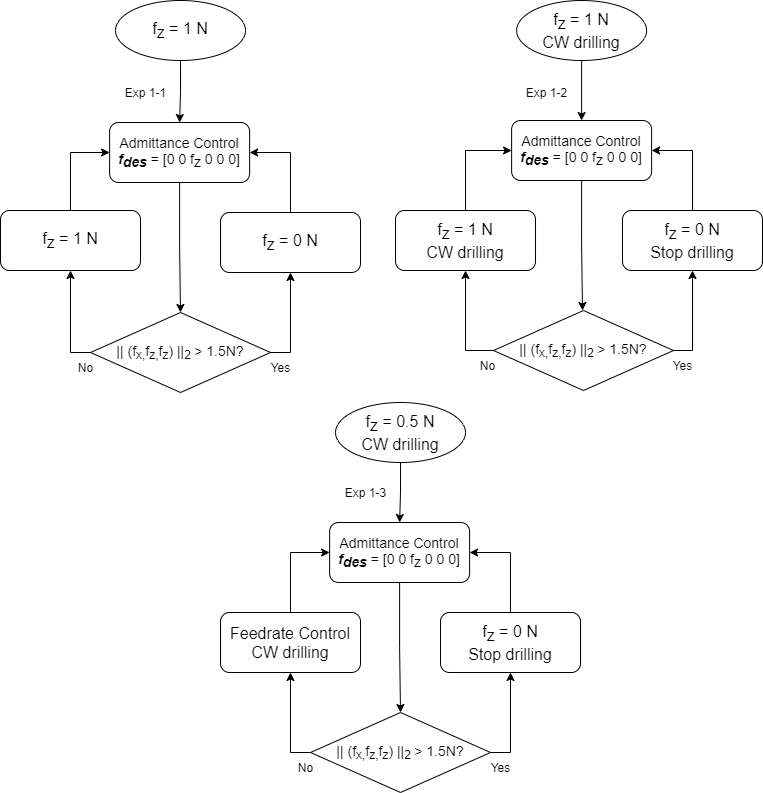
Above: 009YiChan/Chan's thesis/Images/Exp1_motion planning.png in yichan0428/MS_thesis (draw.io), before the change. Source tidied: cells renumbered, new cells last; positions are measured from the earlier drawing's top-left corner, leaving out a move shared by most shapes.
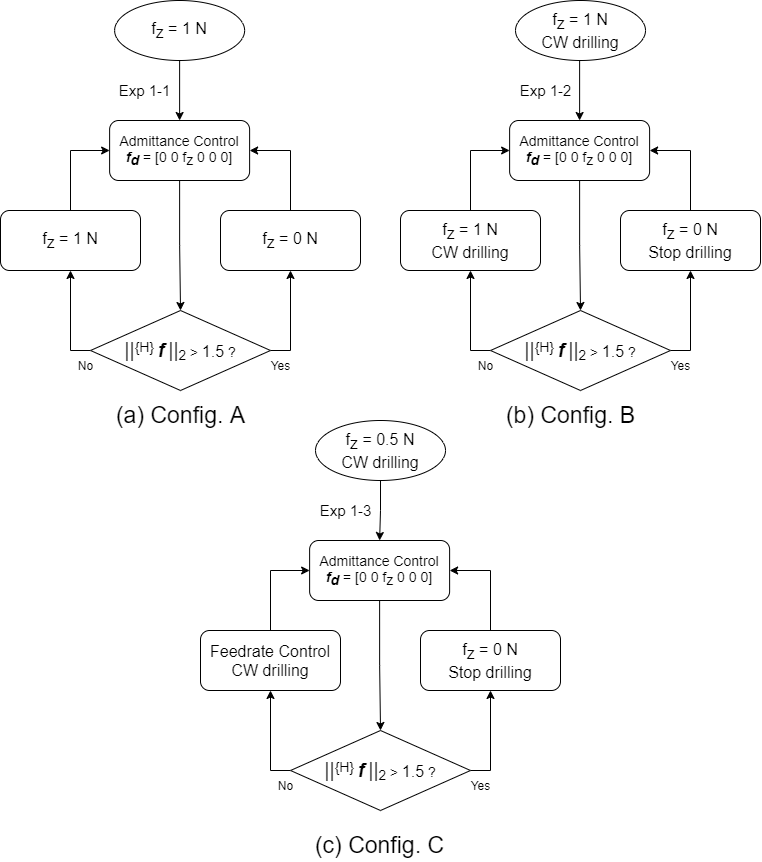
After the commit.

What changed in the source:
```diff
@@ -6,3 +6,3 @@
       <mxGeometry relative="1" as="geometry">
-        <mxPoint x="400" y="462" as="sourcePoint" />
+        <mxPoint x="380" y="482" as="sourcePoint" />
       </mxGeometry>
@@ -12,4 +12,4 @@
     </mxCell>
-    <mxCell id="4" value="Admittance Control&lt;br style=&quot;font-size: 14px;&quot;&gt;&lt;i style=&quot;font-size: 14px;&quot;&gt;&lt;b style=&quot;font-size: 14px;&quot;&gt;f&lt;sub style=&quot;font-size: 14px;&quot;&gt;des&lt;/sub&gt;&lt;/b&gt;&lt;/i&gt;&amp;nbsp;= [0 0 f&lt;sub style=&quot;font-size: 14px;&quot;&gt;z&lt;/sub&gt;&lt;span style=&quot;font-size: 14px;&quot;&gt;&amp;nbsp;0 0 0&lt;/span&gt;&lt;span style=&quot;font-size: 14px;&quot;&gt;]&lt;/span&gt;" style="rounded=1;whiteSpace=wrap;html=1;fontSize=14;" parent="1" vertex="1">
-      <mxGeometry x="329.1" y="522" width="140" height="60" as="geometry" />
+    <mxCell id="4" value="Admittance Control&lt;br style=&quot;font-size: 14px&quot;&gt;&lt;i style=&quot;font-size: 14px&quot;&gt;&lt;b style=&quot;font-size: 14px&quot;&gt;f&lt;sub style=&quot;font-size: 14px&quot;&gt;d&lt;/sub&gt;&lt;/b&gt;&lt;/i&gt;&amp;nbsp;= [0 0 f&lt;sub style=&quot;font-size: 14px&quot;&gt;z&lt;/sub&gt;&lt;span style=&quot;font-size: 14px&quot;&gt;&amp;nbsp;0 0 0&lt;/span&gt;&lt;span style=&quot;font-size: 14px&quot;&gt;]&lt;/span&gt;" style="rounded=1;whiteSpace=wrap;html=1;fontSize=14;" parent="1" vertex="1">
+      <mxGeometry x="309.1" y="542" width="140" height="60" as="geometry" />
     </mxCell>
@@ -19,3 +19,3 @@
     <mxCell id="6" value="Feedrate Control&lt;br&gt;CW drilling" style="rounded=1;whiteSpace=wrap;html=1;fontSize=16;" parent="1" vertex="1">
-      <mxGeometry x="220" y="612" width="140" height="60" as="geometry" />
+      <mxGeometry x="200" y="632" width="140" height="60" as="geometry" />
     </mxCell>
@@ -24,3 +24,3 @@
         <Array as="points">
-          <mxPoint x="510" y="752" />
+          <mxPoint x="490" y="772" />
         </Array>
@@ -30,5 +30,5 @@
       <mxGeometry relative="1" as="geometry">
-        <mxPoint x="310" y="752" as="sourcePoint" />
+        <mxPoint x="290" y="772" as="sourcePoint" />
         <Array as="points">
-          <mxPoint x="290" y="752" />
+          <mxPoint x="270" y="772" />
         </Array>
@@ -36,10 +36,10 @@
     </mxCell>
-    <mxCell id="9" value="&lt;font style=&quot;font-size: 14px&quot;&gt;|| (f&lt;sub&gt;x,&lt;/sub&gt;f&lt;sub&gt;z,&lt;/sub&gt;f&lt;/font&gt;&lt;font&gt;&lt;span style=&quot;font-size: 11.6667px&quot;&gt;&lt;sub&gt;z&lt;/sub&gt;&lt;/span&gt;&lt;span style=&quot;font-size: 14px&quot;&gt;)&lt;/span&gt;&lt;b style=&quot;font-size: 14px&quot;&gt;&amp;nbsp;&lt;/b&gt;&lt;span style=&quot;font-size: 14px&quot;&gt;||&lt;/span&gt;&lt;span style=&quot;font-size: 11.6667px&quot;&gt;&lt;sub&gt;2&amp;nbsp;&lt;/sub&gt;&lt;/span&gt;&lt;span style=&quot;font-size: 14px&quot;&gt;&amp;gt; 1.5N?&lt;/span&gt;&lt;/font&gt;" style="rhombus;whiteSpace=wrap;html=1;" parent="1" vertex="1">
-      <mxGeometry x="310" y="712" width="180" height="80" as="geometry" />
+    <mxCell id="9" value="&lt;font style=&quot;font-size: 20px&quot;&gt;||&lt;/font&gt;&lt;sup style=&quot;font-size: 14px&quot;&gt;{H}&amp;nbsp;&lt;/sup&gt;&lt;b&gt;&lt;i&gt;&lt;font style=&quot;font-size: 19px&quot;&gt;f&lt;/font&gt;&lt;/i&gt;&lt;/b&gt;&lt;b style=&quot;font-size: 14px&quot;&gt;&amp;nbsp;&lt;/b&gt;&lt;span style=&quot;font-size: 20px&quot;&gt;||&lt;/span&gt;&lt;sub style=&quot;font-size: 14px&quot;&gt;2&lt;/sub&gt;&lt;span style=&quot;font-size: 11.6667px&quot;&gt;&lt;sub&gt;&amp;nbsp;&lt;/sub&gt;&lt;/span&gt;&lt;span style=&quot;font-size: 14px&quot;&gt;&amp;gt;&amp;nbsp;&lt;/span&gt;&lt;font style=&quot;font-size: 16px&quot;&gt;1.5&lt;/font&gt;&lt;span style=&quot;font-size: 14px&quot;&gt;&amp;nbsp;?&lt;/span&gt;" style="rhombus;whiteSpace=wrap;html=1;" parent="1" vertex="1">
+      <mxGeometry x="290" y="732" width="180" height="80" as="geometry" />
     </mxCell>
     <mxCell id="10" value="Yes" style="text;html=1;align=center;verticalAlign=middle;strokeColor=none;fontSize=5;" parent="1" vertex="1">
-      <mxGeometry x="480" y="762" width="40" height="10" as="geometry" />
+      <mxGeometry x="460" y="782" width="40" height="10" as="geometry" />
     </mxCell>
     <mxCell id="11" value="No" style="text;html=1;align=center;verticalAlign=middle;strokeColor=none;fontSize=5;" parent="1" vertex="1">
-      <mxGeometry x="290" y="762" width="30" height="10" as="geometry" />
+      <mxGeometry x="270" y="782" width="30" height="10" as="geometry" />
     </mxCell>
@@ -49,6 +49,6 @@
     <mxCell id="13" value="&lt;span style=&quot;font-size: 16px;&quot;&gt;f&lt;sub style=&quot;font-size: 16px;&quot;&gt;z&lt;/sub&gt;&lt;/span&gt;&lt;span style=&quot;font-size: 16px;&quot;&gt;&amp;nbsp;= 0 N&lt;br style=&quot;font-size: 16px;&quot;&gt;Stop drilling&lt;br style=&quot;font-size: 16px;&quot;&gt;&lt;/span&gt;" style="rounded=1;whiteSpace=wrap;html=1;fontSize=16;" parent="1" vertex="1">
-      <mxGeometry x="440" y="612" width="140" height="60" as="geometry" />
+      <mxGeometry x="420" y="632" width="140" height="60" as="geometry" />
     </mxCell>
     <mxCell id="14" value="&lt;span style=&quot;font-size: 16px;&quot;&gt;f&lt;sub style=&quot;font-size: 16px;&quot;&gt;z&lt;/sub&gt;&lt;/span&gt;&lt;span style=&quot;font-size: 16px;&quot;&gt;&amp;nbsp;= 0.5 N&lt;br style=&quot;font-size: 16px;&quot;&gt;CW drilling&lt;br style=&quot;font-size: 16px;&quot;&gt;&lt;/span&gt;" style="ellipse;whiteSpace=wrap;html=1;fontSize=16;" parent="1" vertex="1">
-      <mxGeometry x="335" y="402" width="130" height="60" as="geometry" />
+      <mxGeometry x="315" y="422" width="130" height="60" as="geometry" />
     </mxCell>
@@ -58,3 +58,3 @@
     <mxCell id="16" value="&lt;span style=&quot;font-size: 16px&quot;&gt;f&lt;sub style=&quot;font-size: 16px&quot;&gt;z&lt;/sub&gt;&lt;/span&gt;&lt;span style=&quot;font-size: 16px&quot;&gt;&amp;nbsp;= 1 N&lt;br style=&quot;font-size: 16px&quot;&gt;&lt;/span&gt;" style="ellipse;whiteSpace=wrap;html=1;fontSize=16;" parent="1" vertex="1">
-      <mxGeometry x="115" width="130" height="60" as="geometry" />
+      <mxGeometry x="114.1" y="2" width="130" height="60" as="geometry" />
     </mxCell>
@@ -63,3 +63,3 @@
     </mxCell>
-    <mxCell id="18" value="Admittance Control&lt;br style=&quot;font-size: 14px;&quot;&gt;&lt;i style=&quot;font-size: 14px;&quot;&gt;&lt;b style=&quot;font-size: 14px;&quot;&gt;f&lt;sub style=&quot;font-size: 14px;&quot;&gt;des&lt;/sub&gt;&lt;/b&gt;&lt;/i&gt;&amp;nbsp;= [0 0 f&lt;sub style=&quot;font-size: 14px;&quot;&gt;z&lt;/sub&gt;&lt;span style=&quot;font-size: 14px;&quot;&gt;&amp;nbsp;0 0 0&lt;/span&gt;&lt;span style=&quot;font-size: 14px;&quot;&gt;]&lt;/span&gt;" style="rounded=1;whiteSpace=wrap;html=1;fontSize=14;" parent="1" vertex="1">
+    <mxCell id="18" value="Admittance Control&lt;br style=&quot;font-size: 14px&quot;&gt;&lt;i style=&quot;font-size: 14px&quot;&gt;&lt;b style=&quot;font-size: 14px&quot;&gt;f&lt;sub style=&quot;font-size: 14px&quot;&gt;d&lt;/sub&gt;&lt;/b&gt;&lt;/i&gt;&amp;nbsp;= [0 0 f&lt;sub style=&quot;font-size: 14px&quot;&gt;z&lt;/sub&gt;&lt;span style=&quot;font-size: 14px&quot;&gt;&amp;nbsp;0 0 0&lt;/span&gt;&lt;span style=&quot;font-size: 14px&quot;&gt;]&lt;/span&gt;" style="rounded=1;whiteSpace=wrap;html=1;fontSize=14;" parent="1" vertex="1">
       <mxGeometry x="109.1" y="122" width="140" height="60" as="geometry" />
@@ -76,3 +76,3 @@
     </mxCell>
-    <mxCell id="21" value="&lt;font style=&quot;font-size: 14px&quot;&gt;|| (f&lt;sub&gt;x,&lt;/sub&gt;f&lt;sub&gt;z,&lt;/sub&gt;f&lt;/font&gt;&lt;font&gt;&lt;span style=&quot;font-size: 11.6667px&quot;&gt;&lt;sub&gt;z&lt;/sub&gt;&lt;/span&gt;&lt;span style=&quot;font-size: 14px&quot;&gt;)&lt;/span&gt;&lt;b style=&quot;font-size: 14px&quot;&gt;&amp;nbsp;&lt;/b&gt;&lt;span style=&quot;font-size: 14px&quot;&gt;||&lt;/span&gt;&lt;span style=&quot;font-size: 11.6667px&quot;&gt;&lt;sub&gt;2&amp;nbsp;&lt;/sub&gt;&lt;/span&gt;&lt;span style=&quot;font-size: 14px&quot;&gt;&amp;gt; 1.5N?&lt;/span&gt;&lt;/font&gt;" style="rhombus;whiteSpace=wrap;html=1;" parent="1" vertex="1">
+    <mxCell id="21" value="&lt;font style=&quot;font-size: 20px&quot;&gt;||&lt;/font&gt;&lt;sup style=&quot;font-size: 14px&quot;&gt;{H}&amp;nbsp;&lt;/sup&gt;&lt;b&gt;&lt;i&gt;&lt;font style=&quot;font-size: 19px&quot;&gt;f&lt;/font&gt;&lt;/i&gt;&lt;/b&gt;&lt;b style=&quot;font-size: 14px&quot;&gt;&amp;nbsp;&lt;/b&gt;&lt;span style=&quot;font-size: 20px&quot;&gt;||&lt;/span&gt;&lt;sub style=&quot;font-size: 14px&quot;&gt;2&lt;/sub&gt;&lt;span style=&quot;font-size: 11.6667px&quot;&gt;&lt;sub&gt;&amp;nbsp;&lt;/sub&gt;&lt;/span&gt;&lt;span style=&quot;font-size: 14px&quot;&gt;&amp;gt;&amp;nbsp;&lt;/span&gt;&lt;font style=&quot;font-size: 16px&quot;&gt;1.5&lt;/font&gt;&lt;span style=&quot;font-size: 14px&quot;&gt;&amp;nbsp;?&lt;/span&gt;" style="rhombus;whiteSpace=wrap;html=1;" parent="1" vertex="1">
       <mxGeometry x="90" y="312" width="180" height="80" as="geometry" />
@@ -91,63 +91,71 @@
     </mxCell>
-    <mxCell id="26" value="Exp 1-1" style="text;html=1;align=center;verticalAlign=middle;strokeColor=none;" parent="1" vertex="1">
-      <mxGeometry x="115" y="82" width="60" height="20" as="geometry" />
+    <mxCell id="26" value="Exp 1-1" style="text;html=1;align=center;verticalAlign=middle;strokeColor=none;fontSize=15;" parent="1" vertex="1">
+      <mxGeometry x="109.1" y="82" width="70" height="20" as="geometry" />
     </mxCell>
-    <mxCell id="27" value="Exp 1-3" style="text;html=1;align=center;verticalAlign=middle;strokeColor=none;" parent="1" vertex="1">
-      <mxGeometry x="335" y="482" width="60" height="20" as="geometry" />
+    <mxCell id="27" value="Exp 1-3" style="text;html=1;align=center;verticalAlign=middle;strokeColor=none;fontSize=15;" parent="1" vertex="1">
+      <mxGeometry x="310" y="502" width="70" height="20" as="geometry" />
     </mxCell>
-    <mxCell id="28" style="edgeStyle=orthogonalEdgeStyle;rounded=0;jettySize=auto;html=1;exitX=0.5;exitY=1;exitDx=0;exitDy=0;entryX=0.5;entryY=0;entryDx=0;entryDy=0;" parent="1" edge="1" source="29" target="31">
-      <mxGeometry relative="1" as="geometry" />
-    </mxCell>
+    <mxCell id="42" style="edgeStyle=orthogonalEdgeStyle;rounded=0;jettySize=auto;html=1;exitX=0.5;exitY=0;exitDx=0;exitDy=0;entryX=0;entryY=0.5;entryDx=0;entryDy=0;" parent="1" edge="1" source="43" target="18">
+      <mxGeometry relative="1" as="geometry" />
+    </mxCell>
+    <mxCell id="43" value="&lt;span style=&quot;font-size: 16px&quot;&gt;f&lt;sub style=&quot;font-size: 16px&quot;&gt;z&lt;/sub&gt;&lt;/span&gt;&lt;span style=&quot;font-size: 16px&quot;&gt;&amp;nbsp;= 1 N&lt;br style=&quot;font-size: 16px&quot;&gt;&lt;/span&gt;" style="rounded=1;whiteSpace=wrap;html=1;fontSize=16;" parent="1" vertex="1">
+      <mxGeometry y="212" width="140" height="60" as="geometry" />
+    </mxCell>
     <mxCell id="29" value="&lt;span style=&quot;font-size: 16px&quot;&gt;f&lt;sub style=&quot;font-size: 16px&quot;&gt;z&lt;/sub&gt;&lt;/span&gt;&lt;span style=&quot;font-size: 16px&quot;&gt;&amp;nbsp;= 1 N&lt;br style=&quot;font-size: 16px&quot;&gt;CW drilling&lt;br style=&quot;font-size: 16px&quot;&gt;&lt;/span&gt;" style="ellipse;whiteSpace=wrap;html=1;fontSize=16;" parent="1" vertex="1">
-      <mxGeometry x="516.1" width="130" height="60" as="geometry" />
+      <mxGeometry x="515" y="2" width="130" height="60" as="geometry" />
     </mxCell>
-    <mxCell id="30" style="edgeStyle=orthogonalEdgeStyle;rounded=0;jettySize=auto;html=1;exitX=0.5;exitY=1;exitDx=0;exitDy=0;entryX=0.5;entryY=0;entryDx=0;entryDy=0;" parent="1" edge="1" source="31">
-      <mxGeometry relative="1" as="geometry">
-        <mxPoint x="582" y="310" as="targetPoint" />
-      </mxGeometry>
-    </mxCell>
-    <mxCell id="31" value="Admittance Control&lt;br style=&quot;font-size: 14px;&quot;&gt;&lt;i style=&quot;font-size: 14px;&quot;&gt;&lt;b style=&quot;font-size: 14px;&quot;&gt;f&lt;sub style=&quot;font-size: 14px;&quot;&gt;des&lt;/sub&gt;&lt;/b&gt;&lt;/i&gt;&amp;nbsp;= [0 0 f&lt;sub style=&quot;font-size: 14px;&quot;&gt;z&lt;/sub&gt;&lt;span style=&quot;font-size: 14px;&quot;&gt;&amp;nbsp;0 0 0&lt;/span&gt;&lt;span style=&quot;font-size: 14px;&quot;&gt;]&lt;/span&gt;" style="rounded=1;whiteSpace=wrap;html=1;fontSize=14;" parent="1" vertex="1">
-      <mxGeometry x="511.1" y="120" width="140" height="60" as="geometry" />
-    </mxCell>
-    <mxCell id="32" style="edgeStyle=orthogonalEdgeStyle;rounded=0;jettySize=auto;html=1;exitX=1;exitY=0.5;exitDx=0;exitDy=0;entryX=0.5;entryY=1;entryDx=0;entryDy=0;" parent="1" edge="1" target="38">
-      <mxGeometry relative="1" as="geometry">
-        <mxPoint x="672" y="350" as="sourcePoint" />
-        <Array as="points">
-          <mxPoint x="692" y="350" />
-        </Array>
-      </mxGeometry>
-    </mxCell>
-    <mxCell id="33" style="edgeStyle=orthogonalEdgeStyle;rounded=0;jettySize=auto;html=1;exitX=0;exitY=0.5;exitDx=0;exitDy=0;entryX=0.5;entryY=1;entryDx=0;entryDy=0;" parent="1" edge="1" source="34" target="41">
-      <mxGeometry relative="1" as="geometry" />
-    </mxCell>
-    <mxCell id="34" value="&lt;font style=&quot;font-size: 14px&quot;&gt;|| (f&lt;sub&gt;x,&lt;/sub&gt;f&lt;sub&gt;z,&lt;/sub&gt;f&lt;/font&gt;&lt;font&gt;&lt;span style=&quot;font-size: 11.6667px&quot;&gt;&lt;sub&gt;z&lt;/sub&gt;&lt;/span&gt;&lt;span style=&quot;font-size: 14px&quot;&gt;)&lt;/span&gt;&lt;b style=&quot;font-size: 14px&quot;&gt;&amp;nbsp;&lt;/b&gt;&lt;span style=&quot;font-size: 14px&quot;&gt;||&lt;/span&gt;&lt;span style=&quot;font-size: 11.6667px&quot;&gt;&lt;sub&gt;2&amp;nbsp;&lt;/sub&gt;&lt;/span&gt;&lt;span style=&quot;font-size: 14px&quot;&gt;&amp;gt; 1.5N?&lt;/span&gt;&lt;/font&gt;" style="rhombus;whiteSpace=wrap;html=1;" parent="1" vertex="1">
-      <mxGeometry x="493" y="310" width="180" height="80" as="geometry" />
-    </mxCell>
+    <mxCell id="44" style="edgeStyle=orthogonalEdgeStyle;rounded=0;jettySize=auto;html=1;exitX=0.5;exitY=1;exitDx=0;exitDy=0;entryX=0.5;entryY=0;entryDx=0;entryDy=0;" parent="1" edge="1" target="46">
+      <mxGeometry relative="1" as="geometry">
+        <mxPoint x="579.1" y="62" as="sourcePoint" />
+      </mxGeometry>
+    </mxCell>
+    <mxCell id="45" style="edgeStyle=orthogonalEdgeStyle;rounded=0;jettySize=auto;html=1;exitX=0.5;exitY=1;exitDx=0;exitDy=0;entryX=0.5;entryY=0;entryDx=0;entryDy=0;" parent="1" edge="1" source="46" target="49">
+      <mxGeometry relative="1" as="geometry" />
+    </mxCell>
+    <mxCell id="46" value="Admittance Control&lt;br style=&quot;font-size: 14px&quot;&gt;&lt;i style=&quot;font-size: 14px&quot;&gt;&lt;b style=&quot;font-size: 14px&quot;&gt;f&lt;sub style=&quot;font-size: 14px&quot;&gt;d&lt;/sub&gt;&lt;/b&gt;&lt;/i&gt;&amp;nbsp;= [0 0 f&lt;sub style=&quot;font-size: 14px&quot;&gt;z&lt;/sub&gt;&lt;span style=&quot;font-size: 14px&quot;&gt;&amp;nbsp;0 0 0&lt;/span&gt;&lt;span style=&quot;font-size: 14px&quot;&gt;]&lt;/span&gt;" style="rounded=1;whiteSpace=wrap;html=1;fontSize=14;" parent="1" vertex="1">
+      <mxGeometry x="509.1" y="122" width="140" height="60" as="geometry" />
+    </mxCell>
+    <mxCell id="47" style="edgeStyle=orthogonalEdgeStyle;rounded=0;jettySize=auto;html=1;exitX=1;exitY=0.5;exitDx=0;exitDy=0;entryX=0.5;entryY=1;entryDx=0;entryDy=0;" parent="1" edge="1" source="49" target="38">
+      <mxGeometry relative="1" as="geometry">
+        <Array as="points">
+          <mxPoint x="690" y="352" />
+        </Array>
+      </mxGeometry>
+    </mxCell>
+    <mxCell id="48" style="edgeStyle=orthogonalEdgeStyle;rounded=0;jettySize=auto;html=1;exitX=0;exitY=0.5;exitDx=0;exitDy=0;entryX=0.5;entryY=1;entryDx=0;entryDy=0;" parent="1" edge="1" source="49" target="41">
+      <mxGeometry relative="1" as="geometry" />
+    </mxCell>
+    <mxCell id="49" value="&lt;font style=&quot;font-size: 20px&quot;&gt;||&lt;/font&gt;&lt;sup style=&quot;font-size: 14px&quot;&gt;{H}&amp;nbsp;&lt;/sup&gt;&lt;b&gt;&lt;i&gt;&lt;font style=&quot;font-size: 19px&quot;&gt;f&lt;/font&gt;&lt;/i&gt;&lt;/b&gt;&lt;b style=&quot;font-size: 14px&quot;&gt;&amp;nbsp;&lt;/b&gt;&lt;span style=&quot;font-size: 20px&quot;&gt;||&lt;/span&gt;&lt;sub style=&quot;font-size: 14px&quot;&gt;2&lt;/sub&gt;&lt;span style=&quot;font-size: 11.6667px&quot;&gt;&lt;sub&gt;&amp;nbsp;&lt;/sub&gt;&lt;/span&gt;&lt;span style=&quot;font-size: 14px&quot;&gt;&amp;gt;&amp;nbsp;&lt;/span&gt;&lt;font style=&quot;font-size: 16px&quot;&gt;1.5&lt;/font&gt;&lt;span style=&quot;font-size: 14px&quot;&gt;&amp;nbsp;?&lt;/span&gt;" style="rhombus;whiteSpace=wrap;html=1;" parent="1" vertex="1">
+      <mxGeometry x="490" y="312" width="180" height="80" as="geometry" />
+    </mxCell>
     <mxCell id="35" value="Yes" style="text;html=1;align=center;verticalAlign=middle;strokeColor=none;fontSize=5;" parent="1" vertex="1">
-      <mxGeometry x="662" y="360" width="40" height="10" as="geometry" />
+      <mxGeometry x="660" y="362" width="40" height="10" as="geometry" />
     </mxCell>
     <mxCell id="36" value="No" style="text;html=1;align=center;verticalAlign=middle;strokeColor=none;fontSize=5;" parent="1" vertex="1">
-      <mxGeometry x="472" y="360" width="30" height="10" as="geometry" />
+      <mxGeometry x="470" y="362" width="30" height="10" as="geometry" />
     </mxCell>
-    <mxCell id="37" style="edgeStyle=orthogonalEdgeStyle;rounded=0;jettySize=auto;html=1;exitX=0.5;exitY=0;exitDx=0;exitDy=0;entryX=1;entryY=0.5;entryDx=0;entryDy=0;" parent="1" edge="1" source="38" target="31">
-      <mxGeometry relative="1" as="geometry" />
-    </mxCell>
+    <mxCell id="50" style="edgeStyle=orthogonalEdgeStyle;rounded=0;jettySize=auto;html=1;exitX=0.5;exitY=0;exitDx=0;exitDy=0;entryX=1;entryY=0.5;entryDx=0;entryDy=0;" parent="1" edge="1" source="38" target="46">
+      <mxGeometry relative="1" as="geometry" />
+    </mxCell>
     <mxCell id="38" value="&lt;span style=&quot;font-size: 16px;&quot;&gt;f&lt;sub style=&quot;font-size: 16px;&quot;&gt;z&lt;/sub&gt;&lt;/span&gt;&lt;span style=&quot;font-size: 16px;&quot;&gt;&amp;nbsp;= 0 N&lt;br style=&quot;font-size: 16px;&quot;&gt;Stop drilling&lt;br style=&quot;font-size: 16px;&quot;&gt;&lt;/span&gt;" style="rounded=1;whiteSpace=wrap;html=1;fontSize=16;" parent="1" vertex="1">
-      <mxGeometry x="622" y="210" width="140" height="60" as="geometry" />
+      <mxGeometry x="620" y="212" width="140" height="60" as="geometry" />
     </mxCell>
-    <mxCell id="39" value="Exp 1-2" style="text;html=1;align=center;verticalAlign=middle;strokeColor=none;" parent="1" vertex="1">
-      <mxGeometry x="516.1" y="82" width="60" height="20" as="geometry" />
+    <mxCell id="39" value="Exp 1-2" style="text;html=1;align=center;verticalAlign=middle;strokeColor=none;fontSize=15;" parent="1" vertex="1">
+      <mxGeometry x="510" y="82" width="70" height="20" as="geometry" />
     </mxCell>
-    <mxCell id="40" style="edgeStyle=orthogonalEdgeStyle;rounded=0;jettySize=auto;html=1;exitX=0.5;exitY=0;exitDx=0;exitDy=0;entryX=0;entryY=0.5;entryDx=0;entryDy=0;" parent="1" edge="1" source="41" target="31">
-      <mxGeometry relative="1" as="geometry" />
-    </mxCell>
+    <mxCell id="51" style="edgeStyle=orthogonalEdgeStyle;rounded=0;jettySize=auto;html=1;exitX=0.5;exitY=0;exitDx=0;exitDy=0;entryX=0;entryY=0.5;entryDx=0;entryDy=0;" parent="1" edge="1" source="41" target="46">
+      <mxGeometry relative="1" as="geometry" />
+    </mxCell>
     <mxCell id="41" value="&lt;span style=&quot;font-size: 16px&quot;&gt;f&lt;sub style=&quot;font-size: 16px&quot;&gt;z&lt;/sub&gt;&lt;/span&gt;&lt;span style=&quot;font-size: 16px&quot;&gt;&amp;nbsp;= 1 N&lt;br style=&quot;font-size: 16px&quot;&gt;CW drilling&lt;br style=&quot;font-size: 16px&quot;&gt;&lt;/span&gt;" style="rounded=1;whiteSpace=wrap;html=1;fontSize=16;" parent="1" vertex="1">
-      <mxGeometry x="395" y="210" width="140" height="60" as="geometry" />
+      <mxGeometry x="400" y="212" width="140" height="60" as="geometry" />
     </mxCell>
-    <mxCell id="42" style="edgeStyle=orthogonalEdgeStyle;rounded=0;jettySize=auto;html=1;exitX=0.5;exitY=0;exitDx=0;exitDy=0;entryX=0;entryY=0.5;entryDx=0;entryDy=0;" parent="1" edge="1" source="43" target="18">
-      <mxGeometry relative="1" as="geometry" />
-    </mxCell>
-    <mxCell id="43" value="&lt;span style=&quot;font-size: 16px&quot;&gt;f&lt;sub style=&quot;font-size: 16px&quot;&gt;z&lt;/sub&gt;&lt;/span&gt;&lt;span style=&quot;font-size: 16px&quot;&gt;&amp;nbsp;= 1 N&lt;br style=&quot;font-size: 16px&quot;&gt;&lt;/span&gt;" style="rounded=1;whiteSpace=wrap;html=1;fontSize=16;" parent="1" vertex="1">
-      <mxGeometry y="210" width="140" height="60" as="geometry" />
-    </mxCell>
+    <mxCell id="52" value="&lt;font style=&quot;font-size: 23px&quot;&gt;(b) Config. B&lt;/font&gt;" style="text;html=1;align=center;verticalAlign=middle;strokeColor=none;fontSize=18;fontStyle=0;" parent="1" vertex="1">
+      <mxGeometry x="500" y="402" width="140" height="30" as="geometry" />
+    </mxCell>
+    <mxCell id="53" value="&lt;font style=&quot;font-size: 23px&quot;&gt;(c) Config. C&lt;/font&gt;" style="text;html=1;align=center;verticalAlign=middle;strokeColor=none;fontSize=18;fontStyle=0;" parent="1" vertex="1">
+      <mxGeometry x="309.1" y="832" width="140" height="30" as="geometry" />
+    </mxCell>
+    <mxCell id="54" value="&lt;font style=&quot;font-size: 23px&quot;&gt;(a) Config. A&lt;/font&gt;" style="text;html=1;align=center;verticalAlign=middle;strokeColor=none;fontSize=18;fontStyle=0;" parent="1" vertex="1">
+      <mxGeometry x="110" y="402" width="140" height="30" as="geometry" />
+    </mxCell>
   </root>
```
